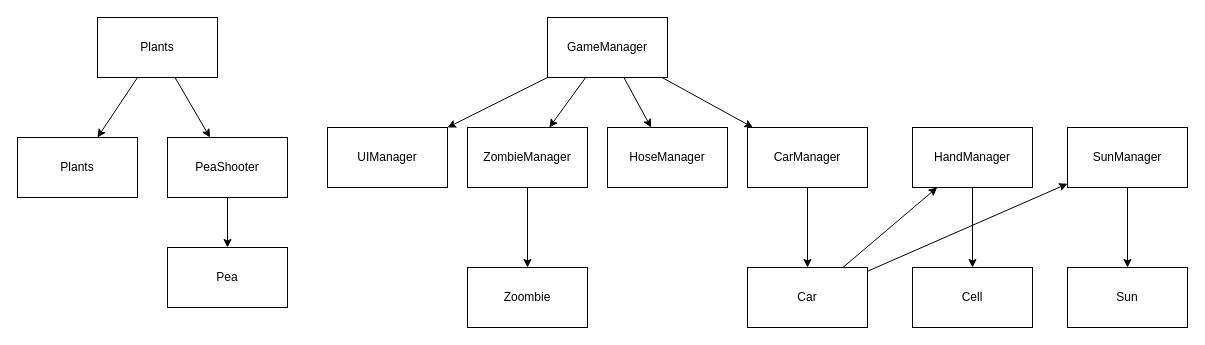
The draw.io diagram DrawIOFile/PlantsVSZoomBIes.drawio in Hoemu/Drawio_store, before the edit. Source tidied: cells renumbered, new cells numbered last; positions are measured from the earlier drawing's top-left corner, leaving out a move shared by most shapes. Both pictures are drawn from the tidied source at 100%, with x=0, y=0 at pixel (17, 17).
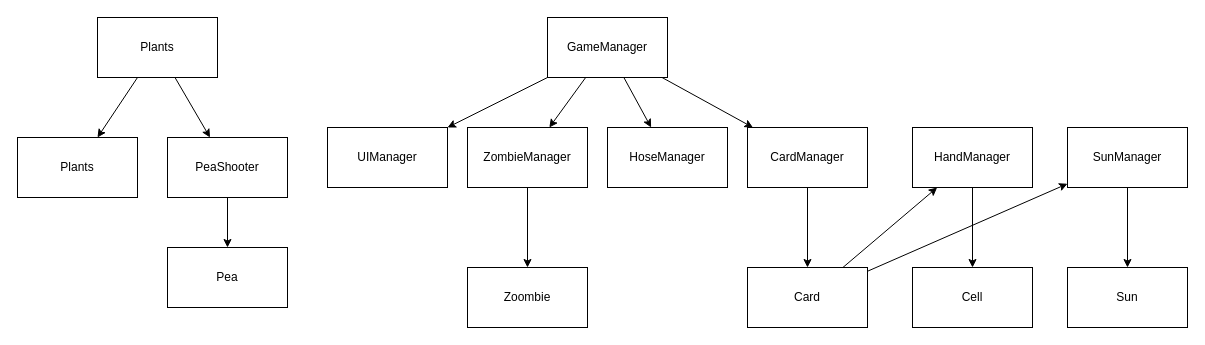
The same diagram, later.

Diff of the diagram source:
```diff
@@
-    <mxCell id="19" value="CarManager" style="whiteSpace=wrap;html=1;rounded=0;" parent="1" vertex="1">
+    <mxCell id="19" value="CardManager" style="whiteSpace=wrap;html=1;rounded=0;" parent="1" vertex="1">
       <mxGeometry x="730" y="110" width="120" height="60" as="geometry" />
     </mxCell>
@@
-    <mxCell id="22" value="Car" style="whiteSpace=wrap;html=1;rounded=0;" parent="1" vertex="1">
+    <mxCell id="22" value="Card" style="whiteSpace=wrap;html=1;rounded=0;" parent="1" vertex="1">
       <mxGeometry x="730" y="250" width="120" height="60" as="geometry" />
     </mxCell>
```
